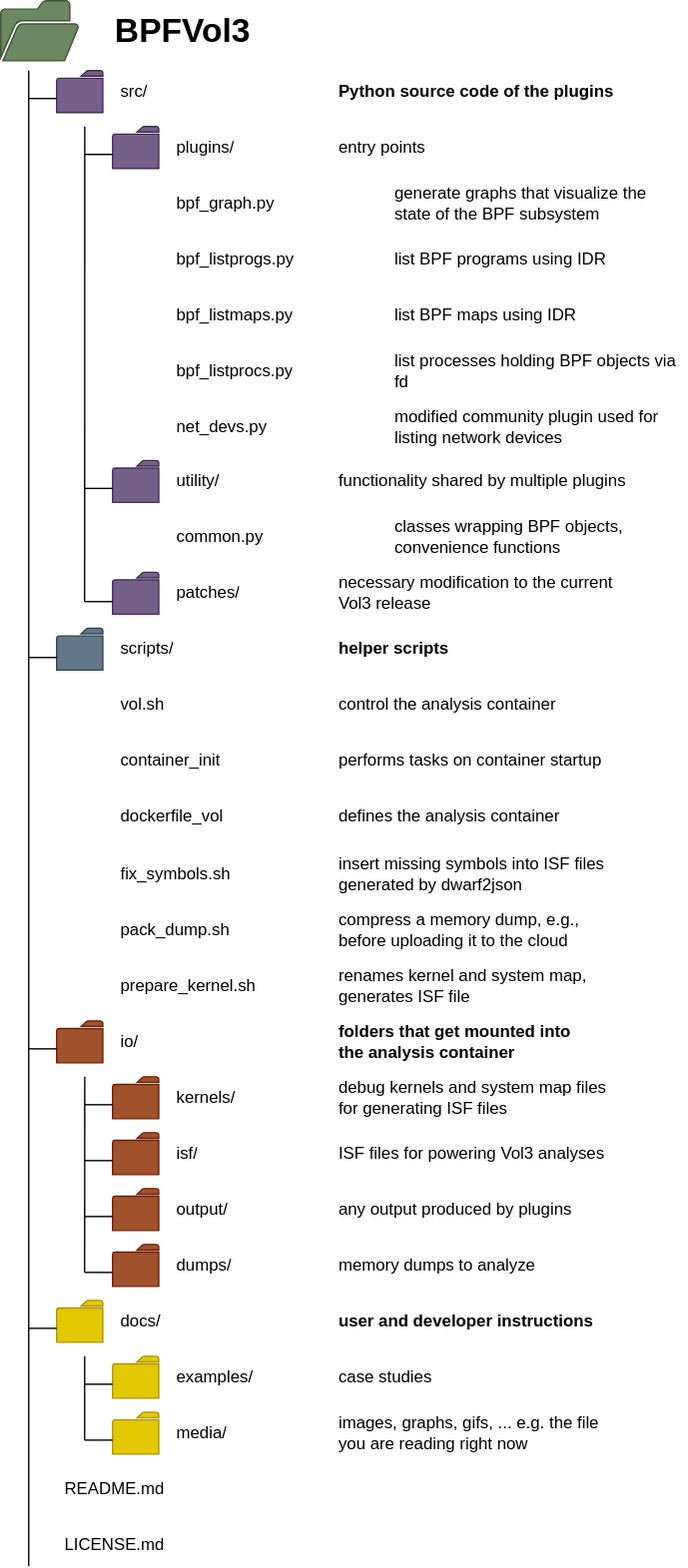
Earlier version of the draw.io export docs/media/project_tree.svg (vobst/BPFVol3). Source tidied: cells renumbered, new cells last; positions are measured from the earlier drawing's top-left corner, leaving out a move shared by most shapes.
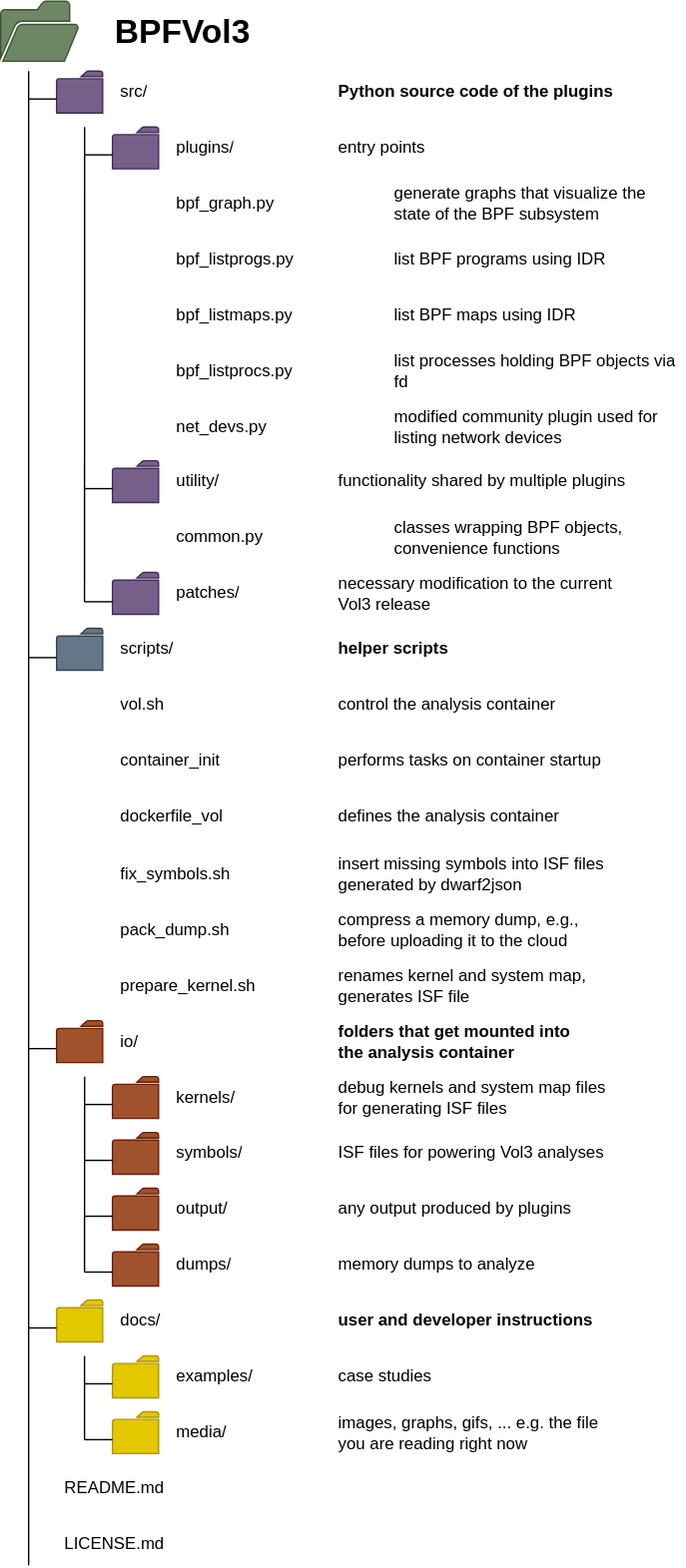
After the change.

What changed in the source:
```diff
@@ -62,7 +62,7 @@
     <mxCell id="21" style="sketch=0;shadow=0;dashed=0;html=1;strokeColor=#6D1F00;fillColor=#a0522d;labelPosition=center;verticalLabelPosition=bottom;verticalAlign=top;align=center;shape=mxgraph.office.concepts.folder;fontColor=#ffffff;" parent="1" vertex="1">
       <mxGeometry x="80" y="810" width="33" height="30" as="geometry" />
     </mxCell>
-    <mxCell id="22" value="isf/" style="text;strokeColor=none;fillColor=none;align=left;verticalAlign=middle;spacingLeft=4;spacingRight=4;overflow=hidden;whiteSpace=wrap;html=1;" parent="1" vertex="1">
+    <mxCell id="22" value="symbols/" style="text;strokeColor=none;fillColor=none;align=left;verticalAlign=middle;spacingLeft=4;spacingRight=4;overflow=hidden;whiteSpace=wrap;html=1;" parent="1" vertex="1">
       <mxGeometry x="120" y="810" width="80" height="30" as="geometry" />
     </mxCell>
     <mxCell id="23" style="sketch=0;shadow=0;dashed=0;html=1;strokeColor=#6D1F00;fillColor=#a0522d;labelPosition=center;verticalLabelPosition=bottom;verticalAlign=top;align=center;shape=mxgraph.office.concepts.folder;fontColor=#ffffff;" parent="1" vertex="1">
```
